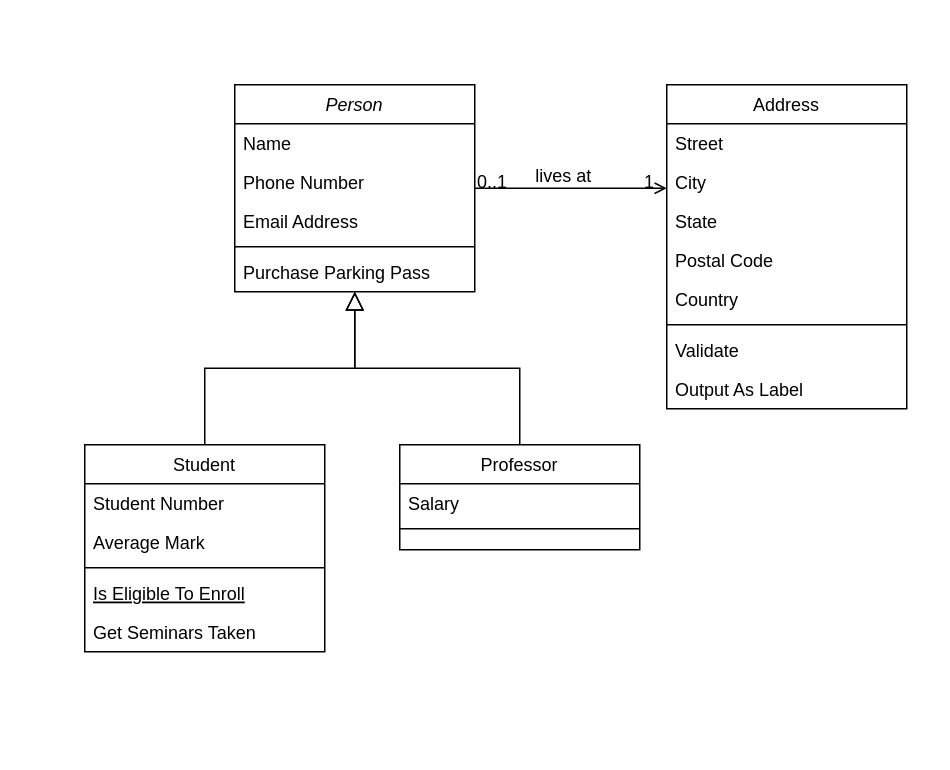
This is application/momo.drawio from MouafakMohamed/codeigniter_test, a draw.io file, before an edit. Source tidied: cells renumbered, new cells numbered last; positions are measured from the earlier drawing's top-left corner, leaving out a move shared by most shapes. Both pictures are drawn from the tidied source at 150%, with x=0, y=0 at pixel (84, 84).
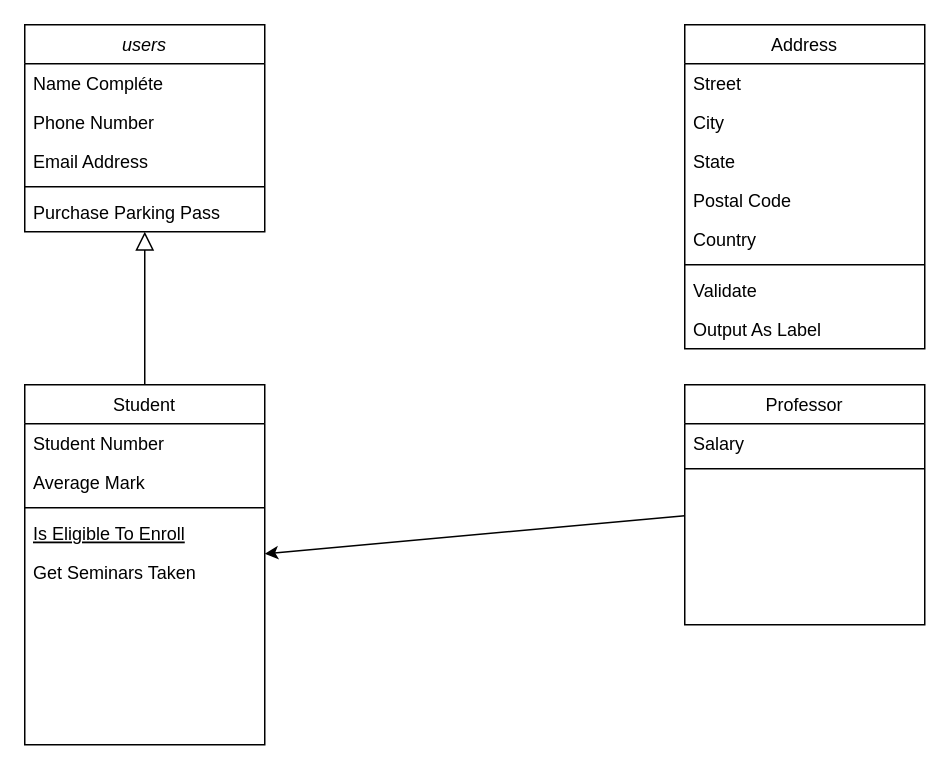
The same page after the edit.

Commit message:
Mettre à jour momo.drawio

What changed in the source:
```diff
@@
-    <mxCell id="2" value="Person" style="swimlane;fontStyle=2;align=center;verticalAlign=top;horizontal=1;startSize=26;rounded=0;shadow=0;strokeWidth=1;" parent="1" vertex="1">
-      <mxGeometry x="100" width="160" height="138" as="geometry" />
+    <mxCell id="2" value="users" style="swimlane;fontStyle=2;align=center;verticalAlign=top;horizontal=1;startSize=26;rounded=0;shadow=0;strokeWidth=1;" parent="1" vertex="1">
+      <mxGeometry x="-40" y="-40" width="160" height="138" as="geometry" />
     </mxCell>
-    <mxCell id="3" value="Name" style="text;align=left;verticalAlign=top;spacingLeft=4;spacingRight=4;overflow=hidden;" parent="2" vertex="1">
+    <mxCell id="3" value="Name Compléte" style="text;align=left;verticalAlign=top;spacingLeft=4;spacingRight=4;overflow=hidden;" parent="2" vertex="1">
       <mxGeometry y="26" width="160" height="26" as="geometry" />
     </mxCell>
@@
     <mxCell id="8" value="Student" style="swimlane;fontStyle=0;align=center;verticalAlign=top;horizontal=1;startSize=26;rounded=0;shadow=0;strokeWidth=1;" parent="1" vertex="1">
-      <mxGeometry y="240" width="160" height="138" as="geometry" />
+      <mxGeometry x="-40" y="200" width="160" height="240" as="geometry" />
     </mxCell>
@@
     <mxCell id="15" value="Professor" style="swimlane;fontStyle=0;align=center;verticalAlign=top;horizontal=1;startSize=26;rounded=0;shadow=0;strokeWidth=1;" parent="1" vertex="1">
-      <mxGeometry x="210" y="240" width="160" height="70" as="geometry" />
+      <mxGeometry x="400" y="200" width="160" height="160" as="geometry" />
     </mxCell>
@@
-    <mxCell id="18" style="endArrow=block;endSize=10;endFill=0;shadow=0;strokeWidth=1;rounded=0;curved=0;edgeStyle=elbowEdgeStyle;elbow=vertical;" parent="1" edge="1" source="15" target="2">
-      <mxGeometry relative="1" as="geometry" />
-    </mxCell>
     <mxCell id="19" value="Address" style="swimlane;fontStyle=0;align=center;verticalAlign=top;horizontal=1;startSize=26;rounded=0;shadow=0;strokeWidth=1;" parent="1" vertex="1">
-      <mxGeometry x="388" width="160" height="216" as="geometry" />
+      <mxGeometry x="400" y="-40" width="160" height="216" as="geometry" />
     </mxCell>
@@
-    <mxCell id="28" style="endArrow=open;shadow=0;strokeWidth=1;rounded=0;curved=0;endFill=1;edgeStyle=elbowEdgeStyle;elbow=vertical;" parent="1" edge="1" source="2" target="19">
-      <mxGeometry x="0.5" y="41" relative="1" as="geometry">
-        <mxPoint x="-40" y="32" as="offset" />
-      </mxGeometry>
-    </mxCell>
-    <mxCell id="29" value="0..1" style="align=left;verticalAlign=bottom;labelBackgroundColor=none;fontSize=12;" parent="28" vertex="1">
-      <mxGeometry x="-1" relative="1" as="geometry">
-        <mxPoint y="4" as="offset" />
-      </mxGeometry>
-    </mxCell>
-    <mxCell id="30" value="1" style="align=right;verticalAlign=bottom;labelBackgroundColor=none;fontSize=12;" parent="28" vertex="1">
-      <mxGeometry x="1" relative="1" as="geometry">
-        <mxPoint x="-7" y="4" as="offset" />
-      </mxGeometry>
-    </mxCell>
-    <mxCell id="31" value="lives at" style="text;html=1;align=center;verticalAlign=middle;labelBackgroundColor=none;rounded=0;shadow=0;strokeWidth=1;fontSize=12;" parent="28" vertex="1">
-      <mxGeometry x="0.5" y="49" relative="1" as="geometry">
-        <mxPoint x="-38" y="40" as="offset" />
-      </mxGeometry>
-    </mxCell>
+    <mxCell id="32" style="endArrow=classic;html=1;rounded=0;" parent="1" edge="1" source="15" target="8">
+      <mxGeometry relative="1" as="geometry" />
+    </mxCell>
```
